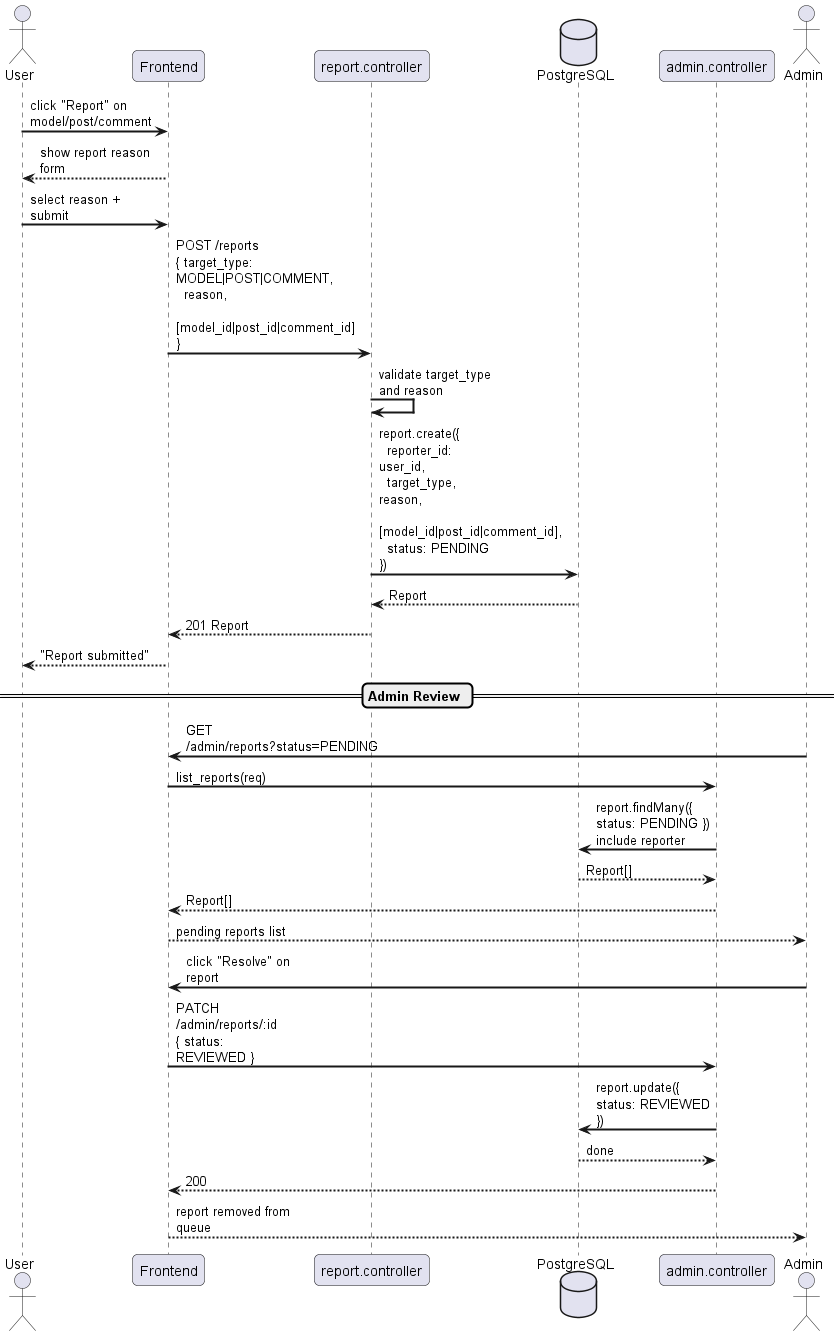
The PlantUML diagram docs/diagrams/exports/sequence/admin/sequence_report.png in Schryzon/3Dex, before a commit.
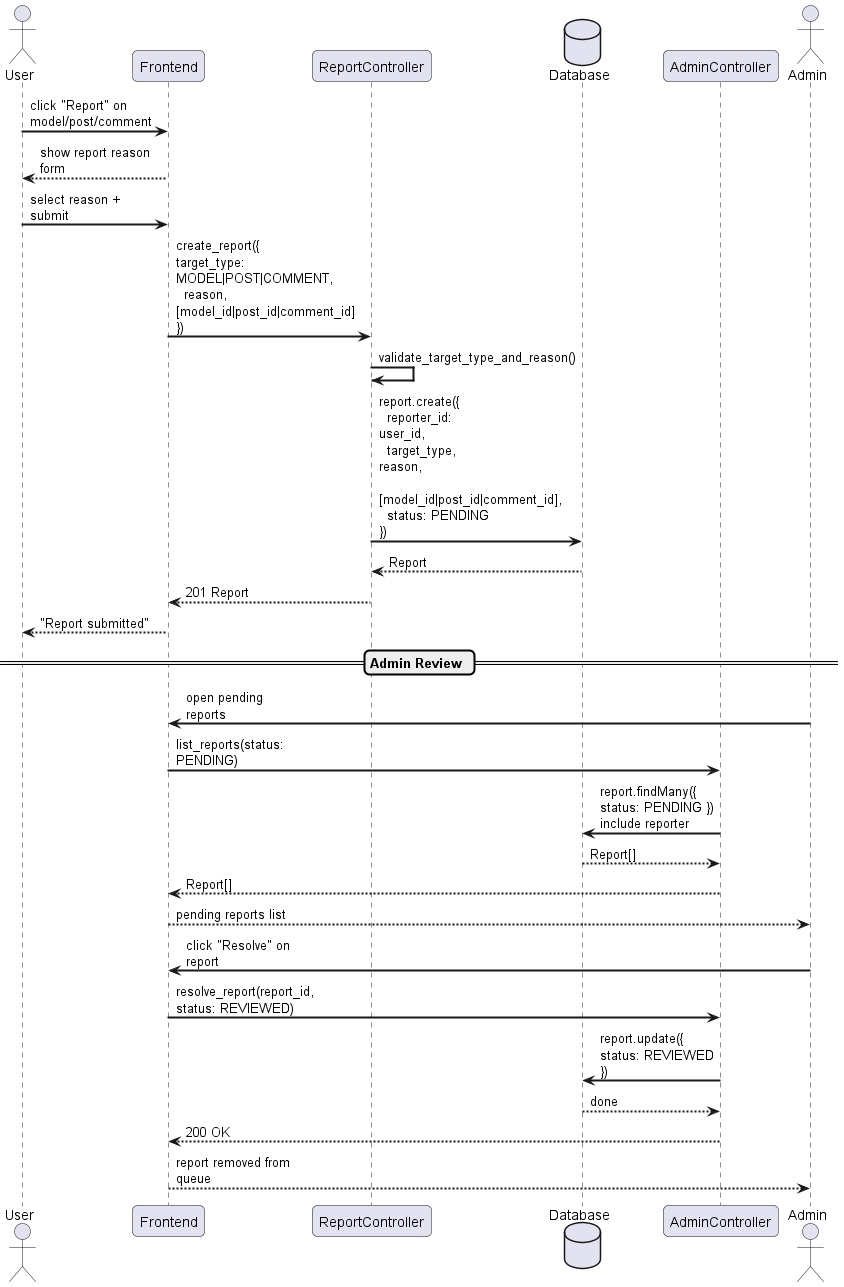
Later version of the same file.

The edit, as a diff of the source:
```diff
@@ -5,15 +5,15 @@
 
 actor "User" as U
 participant "Frontend" as FE
-participant "report.controller" as RC
-database "PostgreSQL" as DB
-participant "admin.controller" as AC
+participant "ReportController" as RC
+database "Database" as DB
+participant "AdminController" as AC
 
 U -> FE : click "Report" on model/post/comment
 FE --> U : show report reason form
 U -> FE : select reason + submit
-FE -> RC : POST /reports\n{ target_type: MODEL|POST|COMMENT,\n  reason,\n  [model_id|post_id|comment_id] }
-RC -> RC : validate target_type and reason
+FE -> RC : create_report({ target_type: MODEL|POST|COMMENT,\n  reason, [model_id|post_id|comment_id] })
+RC -> RC : validate_target_type_and_reason()
 RC -> DB : report.create({\n  reporter_id: user_id,\n  target_type, reason,\n  [model_id|post_id|comment_id],\n  status: PENDING })
 DB --> RC : Report
 RC --> FE : 201 Report
@@ -23,17 +23,17 @@
 
 actor "Admin" as ADM
 
-ADM -> FE : GET /admin/reports?status=PENDING
-FE -> AC : list_reports(req)
+ADM -> FE : open pending reports
+FE -> AC : list_reports(status: PENDING)
 AC -> DB : report.findMany({ status: PENDING })\ninclude reporter
 DB --> AC : Report[]
 AC --> FE : Report[]
 FE --> ADM : pending reports list
 
 ADM -> FE : click "Resolve" on report
-FE -> AC : PATCH /admin/reports/:id\n{ status: REVIEWED }
+FE -> AC : resolve_report(report_id, status: REVIEWED)
 AC -> DB : report.update({ status: REVIEWED })
 DB --> AC : done
-AC --> FE : 200
+AC --> FE : 200 OK
 FE --> ADM : report removed from queue
 @enduml
```
